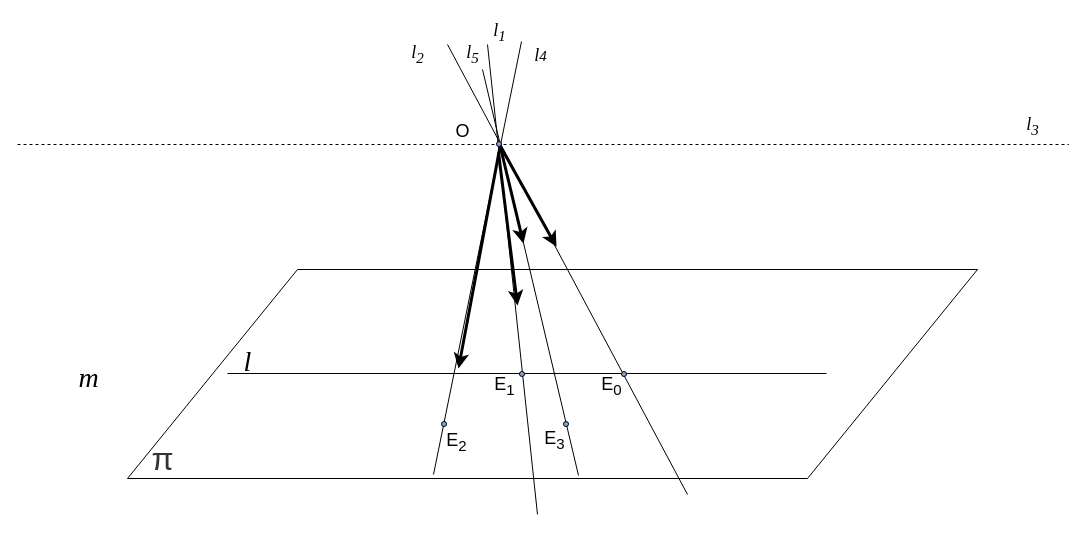
Before: page "p11" (15 of 27) of slides/proj_plane.drawio in amcp-pit/geom_course, a draw.io diagram. Source tidied: cells renumbered, new cells numbered last; positions are measured from the earlier drawing's top-left corner, leaving out a move shared by most shapes. Both pictures are drawn from the tidied source at 100%, with x=0, y=0 at pixel (17, 17).
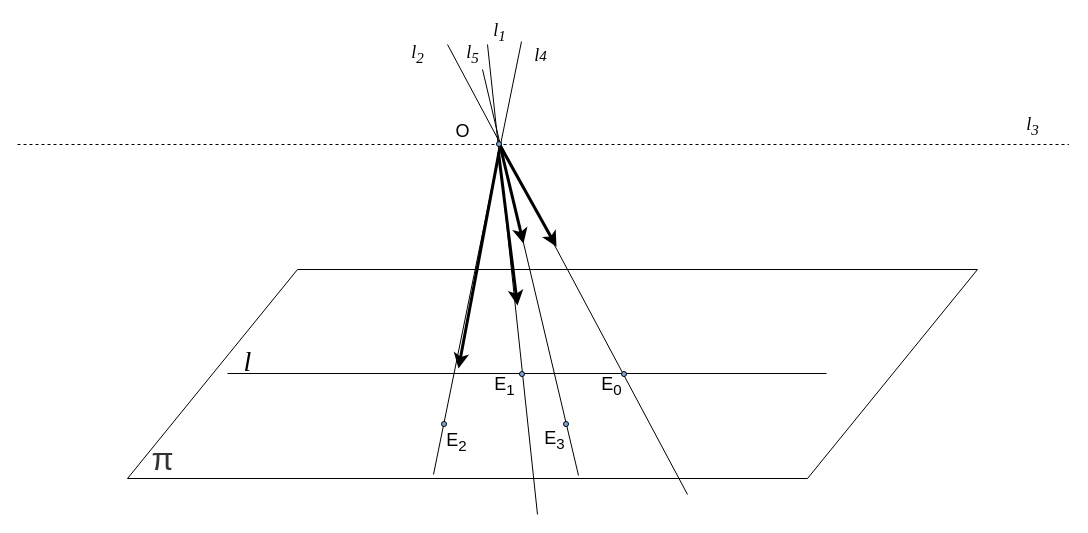
The same page after the edit.

The edit, as a diff of the source:
```diff
@@
-    <mxCell id="19" value="&lt;font face=&quot;Times New Roman&quot; size=&quot;1&quot;&gt;&lt;i style=&quot;font-size: 28px&quot;&gt;m&lt;/i&gt;&lt;/font&gt;" style="text;html=1;align=center;verticalAlign=middle;" parent="1" vertex="1">
-      <mxGeometry x="56" y="348" width="30" height="24" as="geometry" />
-    </mxCell>
```
